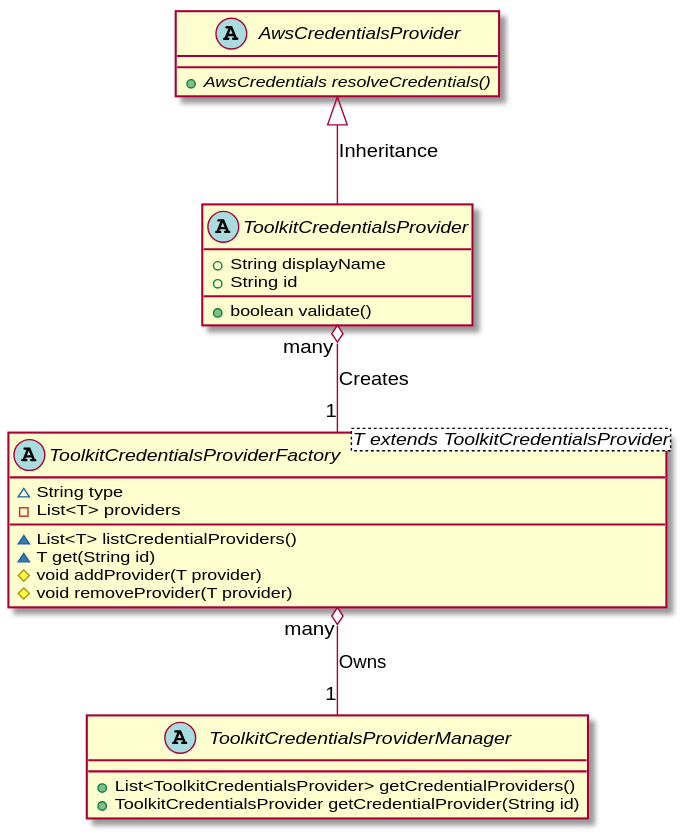
The PlantUML diagram designs/credentialManagement/images/classDiagram.svg in aws/aws-toolkit-vscode, before a commit. Its diagram source:
```plantuml
@startuml
abstract class ToolkitCredentialsProviderManager {
  +List<ToolkitCredentialsProvider> getCredentialProviders()
  +ToolkitCredentialsProvider getCredentialProvider(String id)
}

abstract class ToolkitCredentialsProviderFactory<T extends ToolkitCredentialsProvider> {
  ~String type
  -List<T> providers
  ~List<T> listCredentialProviders()
  ~T get(String id)
  #void addProvider(T provider)
  #void removeProvider(T provider)
}

abstract class ToolkitCredentialsProvider {
  +String displayName
  +String id
  +boolean validate()
}

abstract class AwsCredentialsProvider {
  {abstract} +AwsCredentials resolveCredentials()
}

AwsCredentialsProvider <|-- ToolkitCredentialsProvider: Inheritance
ToolkitCredentialsProvider "many" o-- "1" ToolkitCredentialsProviderFactory: Creates
ToolkitCredentialsProviderFactory "many" o-- "1" ToolkitCredentialsProviderManager: Owns
@enduml
```
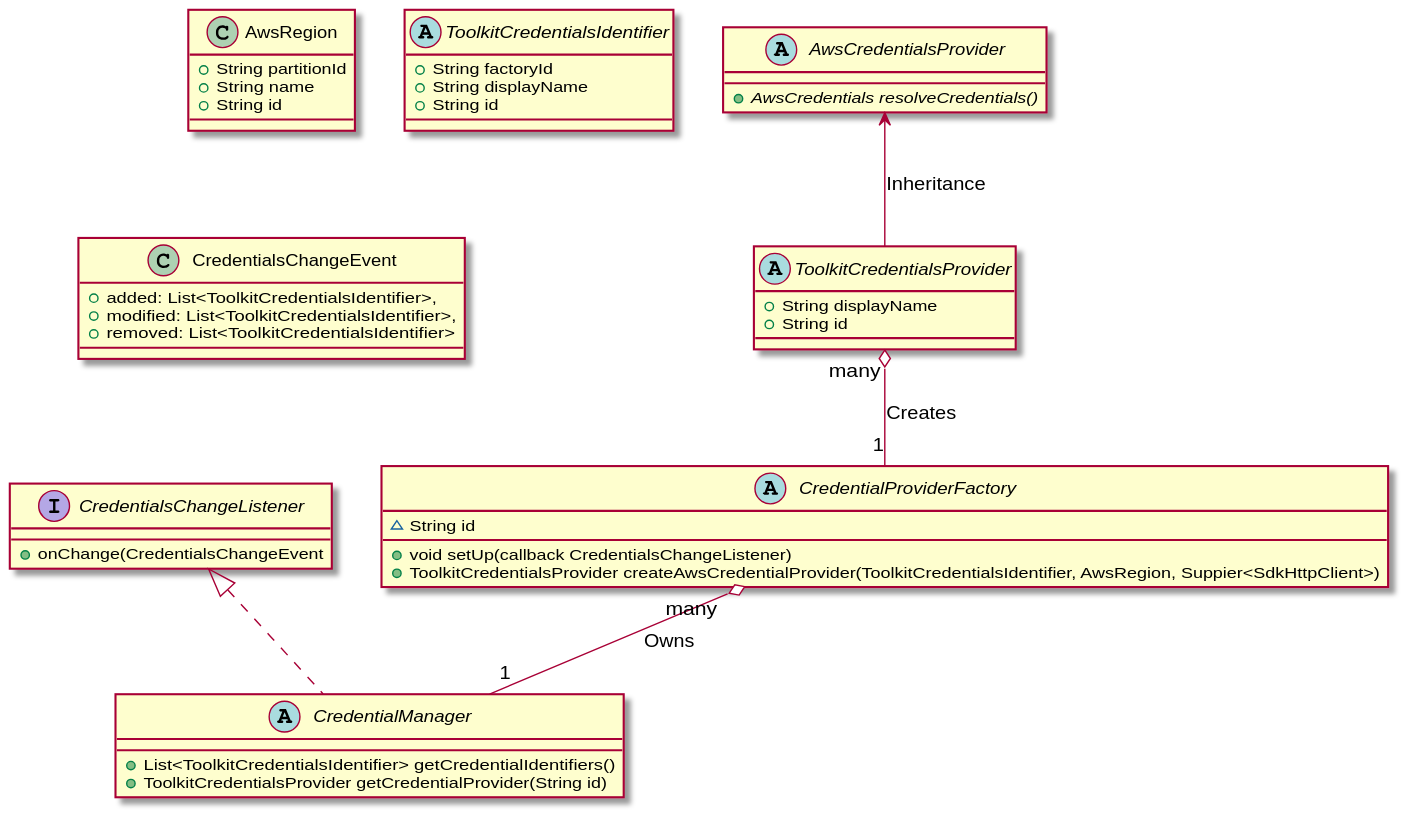
Above is the later version.

The edit, as a diff of the source:
```diff
@@ -1,29 +1,49 @@
 @startuml
-abstract class ToolkitCredentialsProviderManager {
-  +List<ToolkitCredentialsProvider> getCredentialProviders()
+top to bottom direction
+
+class AwsRegion {
+  +String partitionId
+  +String name
+  +String id
+}
+
+abstract class ToolkitCredentialsIdentifier {
+  +String factoryId
+  +String displayName
+  +String id
+}
+
+class CredentialsChangeEvent {
+    +added: List<ToolkitCredentialsIdentifier>,
+    +modified: List<ToolkitCredentialsIdentifier>,
+    +removed: List<ToolkitCredentialsIdentifier>
+}
+
+interface CredentialsChangeListener {
+    +onChange(CredentialsChangeEvent
+}
+
+abstract class CredentialManager implements CredentialsChangeListener {
+  +List<ToolkitCredentialsIdentifier> getCredentialIdentifiers()
   +ToolkitCredentialsProvider getCredentialProvider(String id)
 }
 
-abstract class ToolkitCredentialsProviderFactory<T extends ToolkitCredentialsProvider> {
-  ~String type
-  -List<T> providers
-  ~List<T> listCredentialProviders()
-  ~T get(String id)
-  #void addProvider(T provider)
-  #void removeProvider(T provider)
+abstract class CredentialProviderFactory {
+  ~String id
+  +void setUp(callback CredentialsChangeListener)
+  +ToolkitCredentialsProvider createAwsCredentialProvider(ToolkitCredentialsIdentifier, AwsRegion, Suppier<SdkHttpClient>)
 }
 
 abstract class ToolkitCredentialsProvider {
   +String displayName
   +String id
-  +boolean validate()
 }
 
 abstract class AwsCredentialsProvider {
   {abstract} +AwsCredentials resolveCredentials()
 }
 
-AwsCredentialsProvider <|-- ToolkitCredentialsProvider: Inheritance
-ToolkitCredentialsProvider "many" o-- "1" ToolkitCredentialsProviderFactory: Creates
-ToolkitCredentialsProviderFactory "many" o-- "1" ToolkitCredentialsProviderManager: Owns
+AwsCredentialsProvider <-- ToolkitCredentialsProvider: Inheritance
+ToolkitCredentialsProvider "many" o-- "1" CredentialProviderFactory: Creates
+CredentialProviderFactory "many" o-- "1" CredentialManager: Owns
 @enduml
```
